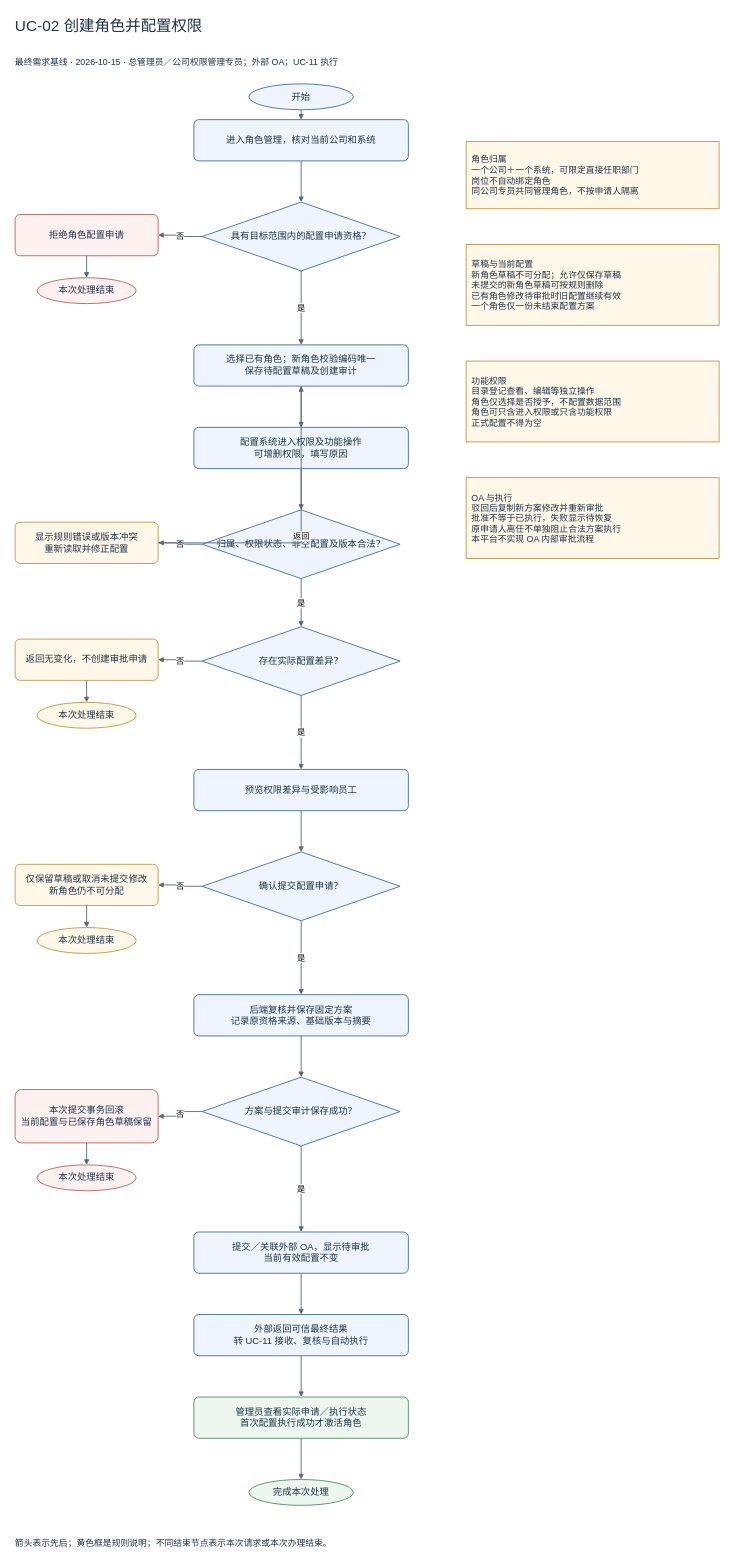
The draw.io diagram docs/flows-v1/UC-02_创建角色并配置权限_流程图.drawio in Noah-hope/RBAC-admin, before the edit. Source tidied: cells renumbered, new cells numbered last; positions are measured from the earlier drawing's top-left corner, leaving out a move shared by most shapes. Both pictures are drawn from the tidied source at 55%, with x=0, y=0 at pixel (9, 9).
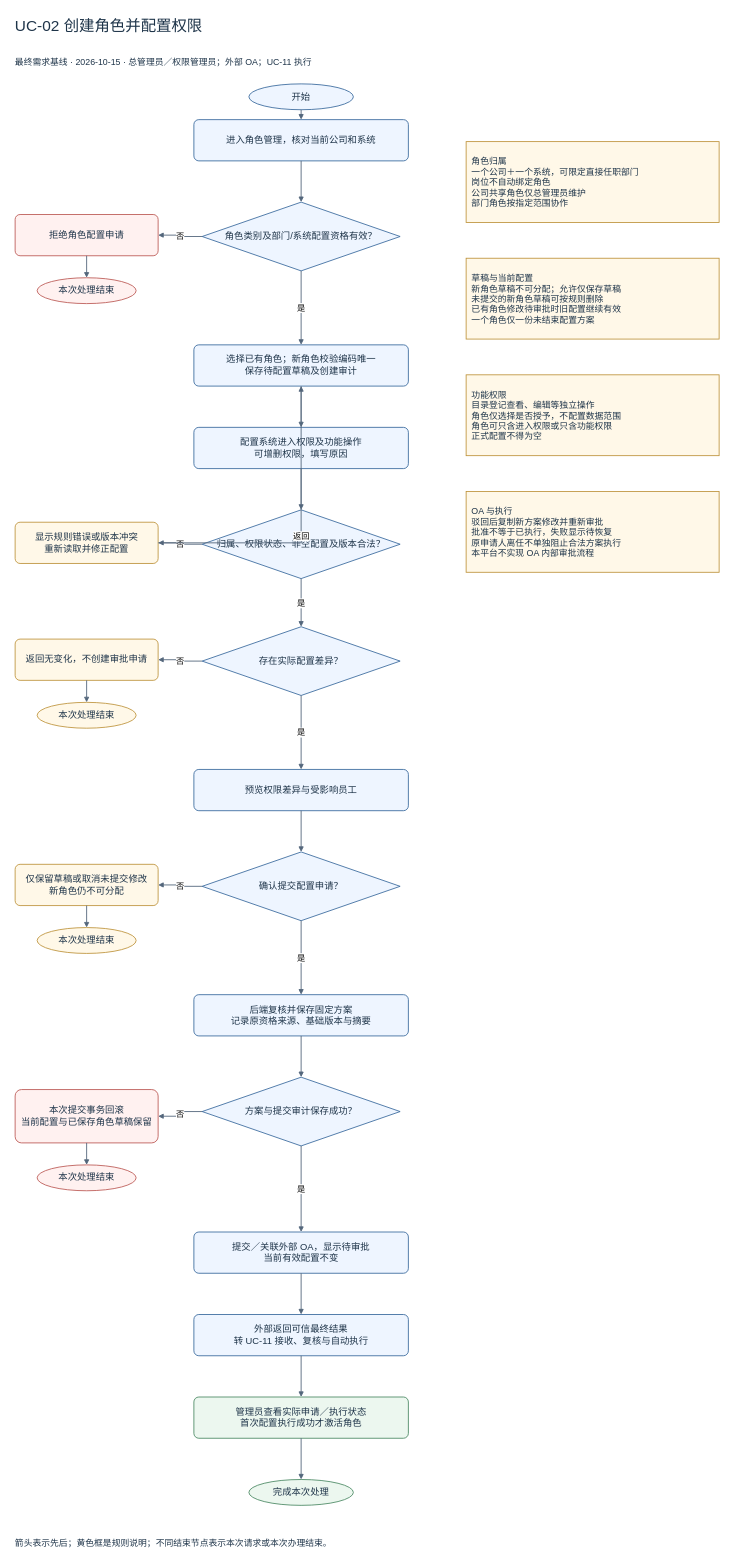
After the change.

Diff of the diagram source:
```diff
@@
-    <mxCell id="3" value="最终需求基线 · 2026-10-15 · 总管理员／公司权限管理专员；外部 OA；UC-11 执行" style="text;html=1;whiteSpace=wrap;fontFamily=Microsoft YaHei;fontSize=17;fontColor=#1e3449;align=center;verticalAlign=middle;spacing=10;fillColor=#eef5ff;strokeColor=#32649a;strokeWidth=1.5;fillColor=none;strokeColor=none;align=left;fontSize=16;" parent="1" vertex="1">
+    <mxCell id="3" value="最终需求基线 · 2026-10-15 · 总管理员／权限管理员；外部 OA；UC-11 执行" style="text;html=1;whiteSpace=wrap;fontFamily=Microsoft YaHei;fontSize=17;fontColor=#1e3449;align=center;verticalAlign=middle;spacing=10;fillColor=#eef5ff;strokeColor=#32649a;strokeWidth=1.5;fillColor=none;strokeColor=none;align=left;fontSize=16;" parent="1" vertex="1">
       <mxGeometry y="70" width="1320" height="50" as="geometry" />
     </mxCell>
@@
-    <mxCell id="6" value="具有目标范围内的配置申请资格？" style="rhombus;html=1;whiteSpace=wrap;fontFamily=Microsoft YaHei;fontSize=17;fontColor=#1e3449;align=center;verticalAlign=middle;spacing=10;fillColor=#eef5ff;strokeColor=#32649a;strokeWidth=1.5;" parent="1" vertex="1">
+    <mxCell id="6" value="角色类别及部门/系统配置资格有效？" style="rhombus;html=1;whiteSpace=wrap;fontFamily=Microsoft YaHei;fontSize=17;fontColor=#1e3449;align=center;verticalAlign=middle;spacing=10;fillColor=#eef5ff;strokeColor=#32649a;strokeWidth=1.5;" parent="1" vertex="1">
       <mxGeometry x="350" y="350" width="360" height="125" as="geometry" />
     </mxCell>
@@
-    <mxCell id="28" value="角色归属&lt;br&gt;一个公司＋一个系统，可限定直接任职部门&lt;br&gt;岗位不自动绑定角色&lt;br&gt;同公司专员共同管理角色，不按申请人隔离" style="rounded=0;html=1;whiteSpace=wrap;fontFamily=Microsoft YaHei;fontSize=17;fontColor=#1e3449;align=center;verticalAlign=middle;spacing=10;fillColor=#fff8e8;strokeColor=#bc9036;strokeWidth=1.5;align=left;fontSize=16;" parent="1" vertex="1">
-      <mxGeometry x="830" y="240" width="460" height="122" as="geometry" />
+    <mxCell id="28" value="角色归属&lt;br&gt;一个公司＋一个系统，可限定直接任职部门&lt;br&gt;岗位不自动绑定角色&lt;br&gt;公司共享角色仅总管理员维护&lt;br&gt;部门角色按指定范围协作" style="rounded=0;html=1;whiteSpace=wrap;fontFamily=Microsoft YaHei;fontSize=17;fontColor=#1e3449;align=center;verticalAlign=middle;spacing=10;fillColor=#fff8e8;strokeColor=#bc9036;strokeWidth=1.5;align=left;fontSize=16;" parent="1" vertex="1">
+      <mxGeometry x="830" y="240" width="460" height="147" as="geometry" />
     </mxCell>
     <mxCell id="29" value="草稿与当前配置&lt;br&gt;新角色草稿不可分配；允许仅保存草稿&lt;br&gt;未提交的新角色草稿可按规则删除&lt;br&gt;已有角色修改待审批时旧配置继续有效&lt;br&gt;一个角色仅一份未结束配置方案" style="rounded=0;html=1;whiteSpace=wrap;fontFamily=Microsoft YaHei;fontSize=17;fontColor=#1e3449;align=center;verticalAlign=middle;spacing=10;fillColor=#fff8e8;strokeColor=#bc9036;strokeWidth=1.5;align=left;fontSize=16;" parent="1" vertex="1">
-      <mxGeometry x="830" y="427" width="460" height="147" as="geometry" />
+      <mxGeometry x="830" y="452" width="460" height="147" as="geometry" />
     </mxCell>
     <mxCell id="30" value="功能权限&lt;br&gt;目录登记查看、编辑等独立操作&lt;br&gt;角色仅选择是否授予，不配置数据范围&lt;br&gt;角色可只含进入权限或只含功能权限&lt;br&gt;正式配置不得为空" style="rounded=0;html=1;whiteSpace=wrap;fontFamily=Microsoft YaHei;fontSize=17;fontColor=#1e3449;align=center;verticalAlign=middle;spacing=10;fillColor=#fff8e8;strokeColor=#bc9036;strokeWidth=1.5;align=left;fontSize=16;" parent="1" vertex="1">
-      <mxGeometry x="830" y="639" width="460" height="147" as="geometry" />
+      <mxGeometry x="830" y="664" width="460" height="147" as="geometry" />
     </mxCell>
     <mxCell id="31" value="OA 与执行&lt;br&gt;驳回后复制新方案修改并重新审批&lt;br&gt;批准不等于已执行，失败显示待恢复&lt;br&gt;原申请人离任不单独阻止合法方案执行&lt;br&gt;本平台不实现 OA 内部审批流程" style="rounded=0;html=1;whiteSpace=wrap;fontFamily=Microsoft YaHei;fontSize=17;fontColor=#1e3449;align=center;verticalAlign=middle;spacing=10;fillColor=#fff8e8;strokeColor=#bc9036;strokeWidth=1.5;align=left;fontSize=16;" parent="1" vertex="1">
-      <mxGeometry x="830" y="851" width="460" height="147" as="geometry" />
+      <mxGeometry x="830" y="876" width="460" height="147" as="geometry" />
     </mxCell>
```
